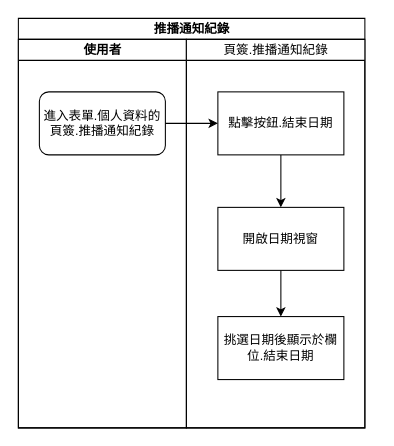
This is page "設定過濾條件.結束日期" (5 of 12) of 8.10.0/UPDATE/ITEM_2/RTE/diagram/個人資料.drawio from ArcareRD/sadocs, a draw.io file, before an edit. Source tidied: cells renumbered, new cells numbered last; positions are measured from the earlier drawing's top-left corner, leaving out a move shared by most shapes. Both pictures are drawn from the tidied source at 105%, with x=0, y=0 at pixel (18, 18).
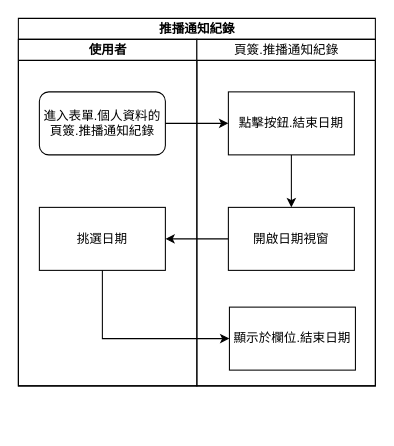
The same page after the edit.

What changed in the source:
```diff
@@
 <mxGraphModel>
   <root>
     <mxCell id="0" />
     <mxCell id="1" parent="0" />
     <mxCell id="2" value="推播通知紀錄" style="swimlane;html=1;startSize=20;" parent="1" vertex="1">
-      <mxGeometry width="330" height="390" as="geometry" />
+      <mxGeometry width="340" height="350" as="geometry" />
     </mxCell>
     <mxCell id="3" value="使用者" style="swimlane;html=1;startSize=20;" parent="2" vertex="1">
-      <mxGeometry y="20" width="160" height="370" as="geometry" />
+      <mxGeometry y="20" width="170" height="330" as="geometry" />
     </mxCell>
+    <mxCell id="12" value="挑選日期" style="rounded=0;whiteSpace=wrap;html=1;" parent="3" vertex="1">
+      <mxGeometry x="20" y="160" width="120" height="60" as="geometry" />
+    </mxCell>
     <mxCell id="4" value="進入表單.個人資料的頁簽.推播通知紀錄" style="rounded=1;whiteSpace=wrap;html=1;" parent="3" vertex="1">
       <mxGeometry x="20" y="50" width="120" height="60" as="geometry" />
     </mxCell>
+    <mxCell id="11" style="edgeStyle=orthogonalEdgeStyle;rounded=0;jettySize=auto;html=1;entryX=0;entryY=0.5;entryDx=0;entryDy=0;" parent="2" edge="1" source="4" target="10">
+      <mxGeometry relative="1" as="geometry" />
+    </mxCell>
+    <mxCell id="13" style="edgeStyle=orthogonalEdgeStyle;rounded=0;jettySize=auto;html=1;" parent="2" edge="1" source="8" target="12">
+      <mxGeometry relative="1" as="geometry" />
+    </mxCell>
+    <mxCell id="14" style="edgeStyle=orthogonalEdgeStyle;rounded=0;jettySize=auto;html=1;entryX=0;entryY=0.5;entryDx=0;entryDy=0;exitX=0.5;exitY=1;exitDx=0;exitDy=0;" parent="2" edge="1" source="12" target="15">
+      <mxGeometry relative="1" as="geometry" />
+    </mxCell>
     <mxCell id="5" value="&lt;span style=&quot;font-weight: 400&quot;&gt;頁簽.推播通知紀錄&lt;/span&gt;" style="swimlane;html=1;startSize=20;" parent="2" vertex="1">
-      <mxGeometry x="160" y="20" width="170" height="370" as="geometry" />
+      <mxGeometry x="170" y="20" width="170" height="330" as="geometry" />
     </mxCell>
-    <mxCell id="6" value="挑選日期後顯示於欄位.結束日期" style="rounded=0;whiteSpace=wrap;html=1;" parent="5" vertex="1">
-      <mxGeometry x="30" y="264" width="120" height="60" as="geometry" />
-    </mxCell>
-    <mxCell id="7" style="edgeStyle=orthogonalEdgeStyle;rounded=0;jettySize=auto;html=1;" parent="5" edge="1" source="8" target="6">
-      <mxGeometry relative="1" as="geometry" />
-    </mxCell>
+    <mxCell id="15" value="&lt;span&gt;顯示於欄位.結束日期&lt;/span&gt;" style="whiteSpace=wrap;html=1;rounded=0;" parent="5" vertex="1">
+      <mxGeometry x="31" y="255" width="120" height="60" as="geometry" />
+    </mxCell>
     <mxCell id="8" value="開啟日期視窗" style="rounded=0;whiteSpace=wrap;html=1;" parent="5" vertex="1">
       <mxGeometry x="30" y="160" width="120" height="60" as="geometry" />
     </mxCell>
     <mxCell id="9" style="edgeStyle=orthogonalEdgeStyle;rounded=0;jettySize=auto;html=1;entryX=0.5;entryY=0;entryDx=0;entryDy=0;" parent="5" edge="1" source="10" target="8">
       <mxGeometry relative="1" as="geometry" />
     </mxCell>
     <mxCell id="10" value="點擊按鈕.結束日期" style="rounded=0;whiteSpace=wrap;html=1;" parent="5" vertex="1">
       <mxGeometry x="30" y="50" width="120" height="60" as="geometry" />
     </mxCell>
-    <mxCell id="11" style="edgeStyle=orthogonalEdgeStyle;rounded=0;jettySize=auto;html=1;entryX=0;entryY=0.5;entryDx=0;entryDy=0;" parent="2" edge="1" source="4" target="10">
-      <mxGeometry relative="1" as="geometry" />
-    </mxCell>
   </root>
 </mxGraphModel>
```
